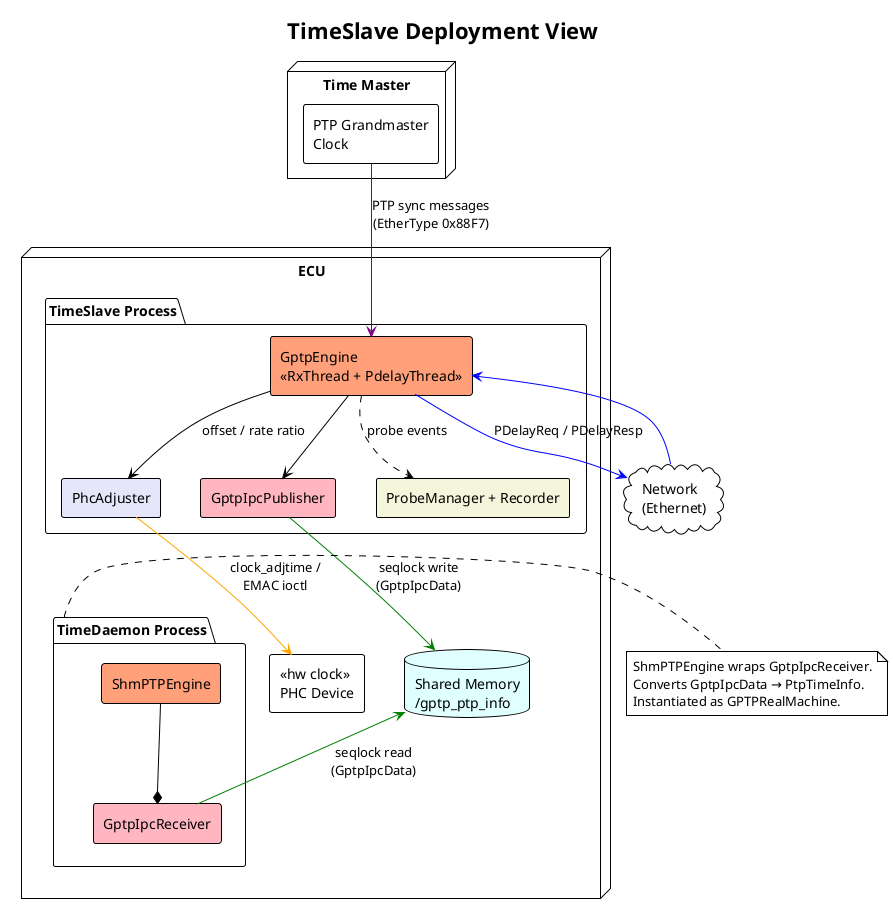
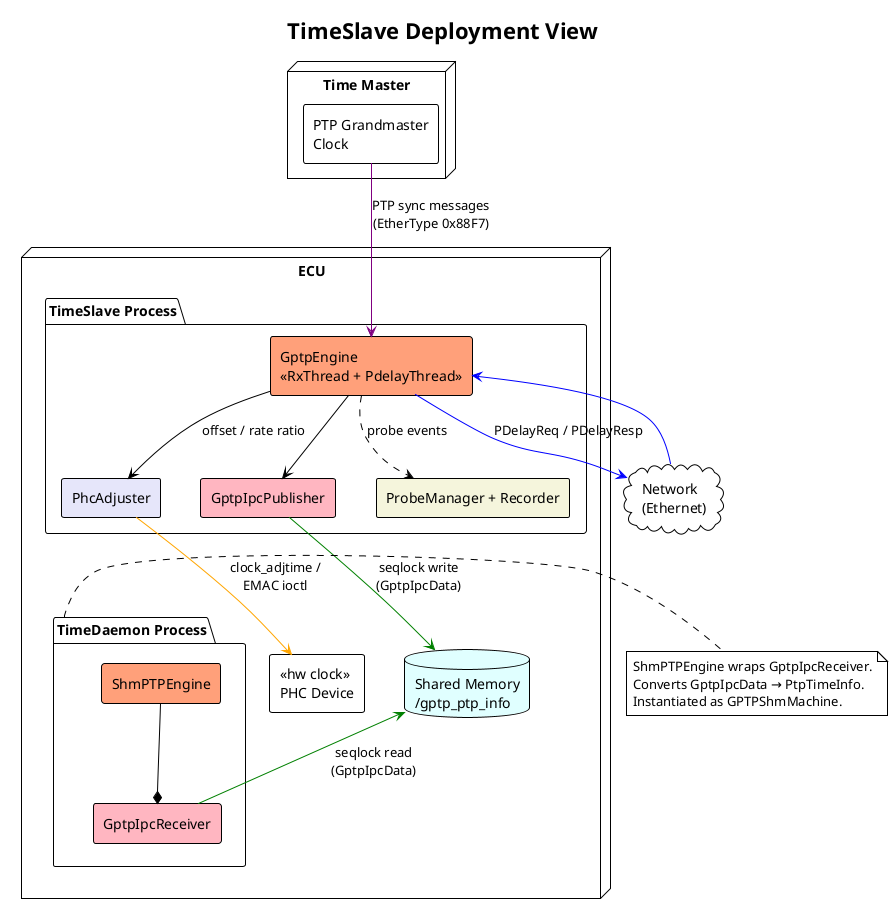
@startuml
!theme plain
skinparam nodesep 40
skinparam ranksep 50
skinparam componentStyle rectangle

title TimeSlave Deployment View

node "Time Master" as TM {
    component [PTP Grandmaster\nClock] as GMC
}

node "ECU" as ECU {

    package "TimeSlave Process" as TSP {
        component [GptpEngine\n«RxThread + PdelayThread»] as GE #LightSalmon
        component [PhcAdjuster] as PHC #Lavender
        component [GptpIpcPublisher] as PUB #LightPink
        component [ProbeManager + Recorder] as INST #Beige
    }

    component [«hw clock»\nPHC Device] as PHCDEV

    database "Shared Memory\n/gptp_ptp_info" as SHM #LightCyan

    package "TimeDaemon Process" as TDP {
        component [ShmPTPEngine] as SHME #LightSalmon
        component [GptpIpcReceiver] as RCV #LightPink
    }
}

cloud "Network\n(Ethernet)" as NET

' Top-level flow
GMC -down[#purple]-> GE : PTP sync messages\n(EtherType 0x88F7)
GE -down[#blue]-> NET : PDelayReq / PDelayResp
NET -up[#blue]-> GE

' Hardware clock adjustment
GE -down-> PHC : offset / rate ratio
PHC -down[#orange]-> PHCDEV : clock_adjtime /\nEMAC ioctl

' Shared memory IPC
GE -down-> PUB
PUB -down[#green]-> SHM : seqlock write\n(GptpIpcData)
RCV -up[#green]-> SHM : seqlock read\n(GptpIpcData)

' TimeDaemon internal
SHME -down-* RCV

' Instrumentation
GE .down.> INST : probe events

note right of TDP
  ShmPTPEngine wraps GptpIpcReceiver.
  Converts GptpIpcData → PtpTimeInfo.
-   Instantiated as GPTPRealMachine.
+   Instantiated as GPTPShmMachine.
end note

@enduml
